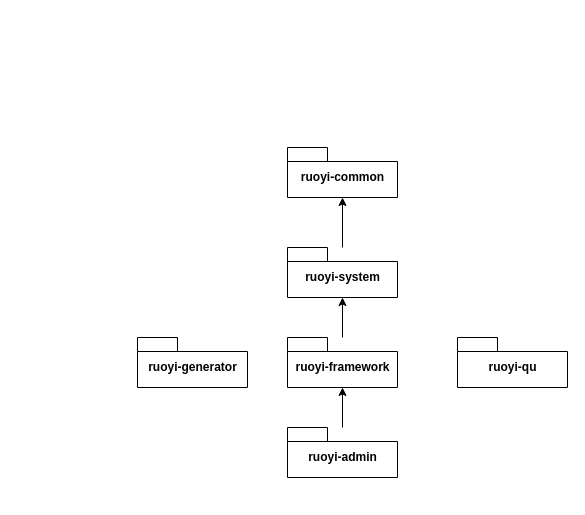
The draw.io diagram page "文件结构（模块关系）" (3 of 5) of RuoYi/若依框架.drawio in weihuohuayi/draw.io, before the edit. Source tidied: cells renumbered, new cells numbered last; positions are measured from the earlier drawing's top-left corner, leaving out a move shared by most shapes. Both pictures are drawn from the tidied source at 100%, with x=0, y=0 at pixel (137, 147).
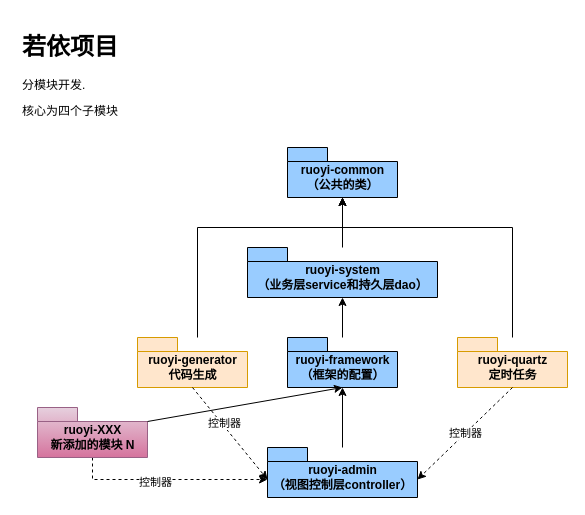
The same diagram, later.

Change to the diagram source:
```diff
@@
-    <mxCell id="2" value="ruoyi-common" style="shape=folder;fontStyle=1;spacingTop=10;tabWidth=40;tabHeight=14;tabPosition=left;html=1;" parent="1" vertex="1">
+    <mxCell id="2" value="ruoyi-common&lt;br&gt;（公共的类）" style="shape=folder;fontStyle=1;spacingTop=10;tabWidth=40;tabHeight=14;tabPosition=left;html=1;fillColor=#99CCFF;" parent="1" vertex="1">
       <mxGeometry x="150" width="110" height="50" as="geometry" />
     </mxCell>
@@
-    <mxCell id="4" value="ruoyi-system" style="shape=folder;fontStyle=1;spacingTop=10;tabWidth=40;tabHeight=14;tabPosition=left;html=1;" parent="1" vertex="1">
-      <mxGeometry x="150" y="100" width="110" height="50" as="geometry" />
+    <mxCell id="4" value="ruoyi-system&lt;br&gt;（业务层service和持久层dao）" style="shape=folder;fontStyle=1;spacingTop=10;tabWidth=40;tabHeight=14;tabPosition=left;html=1;fillColor=#99CCFF;" parent="1" vertex="1">
+      <mxGeometry x="110" y="100" width="190" height="50" as="geometry" />
     </mxCell>
@@
-    <mxCell id="6" value="ruoyi-framework" style="shape=folder;fontStyle=1;spacingTop=10;tabWidth=40;tabHeight=14;tabPosition=left;html=1;" parent="1" vertex="1">
+    <mxCell id="6" value="ruoyi-framework&lt;br&gt;（框架的配置）" style="shape=folder;fontStyle=1;spacingTop=10;tabWidth=40;tabHeight=14;tabPosition=left;html=1;fillColor=#99CCFF;" parent="1" vertex="1">
       <mxGeometry x="150" y="190" width="110" height="50" as="geometry" />
     </mxCell>
+    <mxCell id="11" style="edgeStyle=orthogonalEdgeStyle;rounded=0;jettySize=auto;html=1;" parent="1" edge="1" source="7" target="2">
+      <mxGeometry relative="1" as="geometry">
+        <Array as="points">
+          <mxPoint x="60" y="80" />
+          <mxPoint x="205" y="80" />
+        </Array>
+      </mxGeometry>
+    </mxCell>
-    <mxCell id="7" value="ruoyi-generator" style="shape=folder;fontStyle=1;spacingTop=10;tabWidth=40;tabHeight=14;tabPosition=left;html=1;" parent="1" vertex="1">
+    <mxCell id="7" value="ruoyi-generator&lt;br&gt;代码生成" style="shape=folder;fontStyle=1;spacingTop=10;tabWidth=40;tabHeight=14;tabPosition=left;html=1;fillColor=#ffe6cc;strokeColor=#d79b00;" parent="1" vertex="1">
       <mxGeometry y="190" width="110" height="50" as="geometry" />
     </mxCell>
@@
-    <mxCell id="9" value="ruoyi-admin" style="shape=folder;fontStyle=1;spacingTop=10;tabWidth=40;tabHeight=14;tabPosition=left;html=1;" parent="1" vertex="1">
-      <mxGeometry x="150" y="280" width="110" height="50" as="geometry" />
+    <mxCell id="9" value="ruoyi-admin&lt;br&gt;（视图控制层controller）" style="shape=folder;fontStyle=1;spacingTop=10;tabWidth=40;tabHeight=14;tabPosition=left;html=1;fillColor=#99CCFF;" parent="1" vertex="1">
+      <mxGeometry x="130" y="300" width="150" height="50" as="geometry" />
     </mxCell>
+    <mxCell id="12" style="edgeStyle=orthogonalEdgeStyle;rounded=0;jettySize=auto;html=1;" parent="1" edge="1" source="10" target="2">
+      <mxGeometry relative="1" as="geometry">
+        <Array as="points">
+          <mxPoint x="375" y="80" />
+          <mxPoint x="205" y="80" />
+        </Array>
+      </mxGeometry>
+    </mxCell>
-    <mxCell id="10" value="ruoyi-qu" style="shape=folder;fontStyle=1;spacingTop=10;tabWidth=40;tabHeight=14;tabPosition=left;html=1;" parent="1" vertex="1">
+    <mxCell id="10" value="ruoyi-quartz&lt;br&gt;定时任务" style="shape=folder;fontStyle=1;spacingTop=10;tabWidth=40;tabHeight=14;tabPosition=left;html=1;fillColor=#ffe6cc;strokeColor=#d79b00;" parent="1" vertex="1">
       <mxGeometry x="320" y="190" width="110" height="50" as="geometry" />
     </mxCell>
+    <mxCell id="13" value="&lt;h1&gt;若依项目&lt;/h1&gt;&lt;p&gt;分模块开发.&lt;/p&gt;&lt;p&gt;核心为四个子模块&lt;/p&gt;" style="text;html=1;strokeColor=none;fillColor=none;spacing=5;spacingTop=-20;whiteSpace=wrap;overflow=hidden;rounded=0;" parent="1" vertex="1">
+      <mxGeometry x="-120" y="-120" width="190" height="100" as="geometry" />
+    </mxCell>
+    <mxCell id="14" style="endArrow=classic;html=1;rounded=0;exitX=0.5;exitY=1;exitDx=0;exitDy=0;exitPerimeter=0;entryX=0;entryY=0;entryDx=0;entryDy=32;entryPerimeter=0;dashed=1;" parent="1" edge="1" source="7" target="9">
+      <mxGeometry relative="1" as="geometry" />
+    </mxCell>
+    <mxCell id="15" value="控制器" style="edgeLabel;html=1;align=center;verticalAlign=middle;" parent="14" vertex="1">
+      <mxGeometry x="-0.2" y="2" relative="1" as="geometry" />
+    </mxCell>
+    <mxCell id="16" value="控制器" style="endArrow=classic;html=1;rounded=0;exitX=0.5;exitY=1;exitDx=0;exitDy=0;exitPerimeter=0;entryX=0;entryY=0;entryDx=150;entryDy=32;entryPerimeter=0;dashed=1;" parent="1" edge="1" source="10" target="9">
+      <mxGeometry relative="1" as="geometry" />
+    </mxCell>
+    <mxCell id="17" style="edgeStyle=orthogonalEdgeStyle;rounded=0;jettySize=auto;html=1;entryX=0;entryY=0;entryDx=0;entryDy=32;entryPerimeter=0;dashed=1;" parent="1" edge="1" source="19" target="9">
+      <mxGeometry relative="1" as="geometry">
+        <Array as="points">
+          <mxPoint x="-45" y="332" />
+        </Array>
+      </mxGeometry>
+    </mxCell>
+    <mxCell id="18" value="控制器" style="edgeLabel;html=1;align=center;verticalAlign=middle;" parent="17" vertex="1">
+      <mxGeometry x="-0.15" y="-2" relative="1" as="geometry" />
+    </mxCell>
+    <mxCell id="19" value="ruoyi-XXX&lt;br&gt;新添加的模块 N" style="shape=folder;fontStyle=1;spacingTop=10;tabWidth=40;tabHeight=14;tabPosition=left;html=1;fillColor=#e6d0de;strokeColor=#996185;gradientColor=#d5739d;" parent="1" vertex="1">
+      <mxGeometry x="-100" y="260" width="110" height="50" as="geometry" />
+    </mxCell>
+    <mxCell id="20" style="endArrow=classic;html=1;rounded=0;entryX=0.5;entryY=1;entryDx=0;entryDy=0;entryPerimeter=0;exitX=0;exitY=0;exitDx=110;exitDy=14;exitPerimeter=0;" parent="1" edge="1" source="19" target="6">
+      <mxGeometry relative="1" as="geometry" />
+    </mxCell>
```
